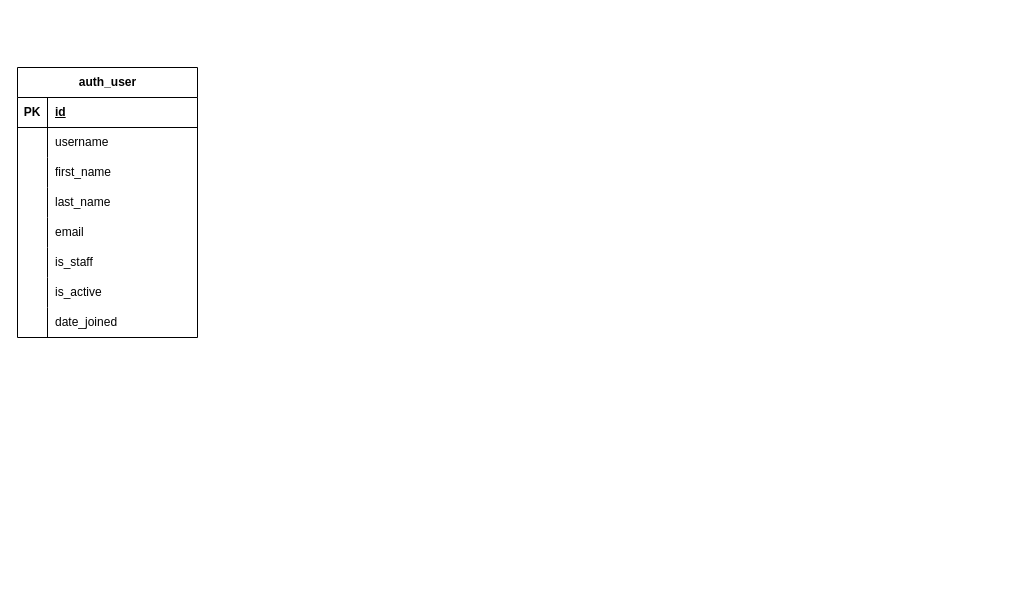
RHILIUS/drawio keeps this draw.io diagram as page "User" (2 of 2) of 2Gether.drawio. Above is the earlier version. Source tidied: cells renumbered, new cells numbered last; positions are measured from the earlier drawing's top-left corner, leaving out a move shared by most shapes. Both pictures are drawn from the tidied source at 100%, with x=0, y=0 at pixel (17, 67).
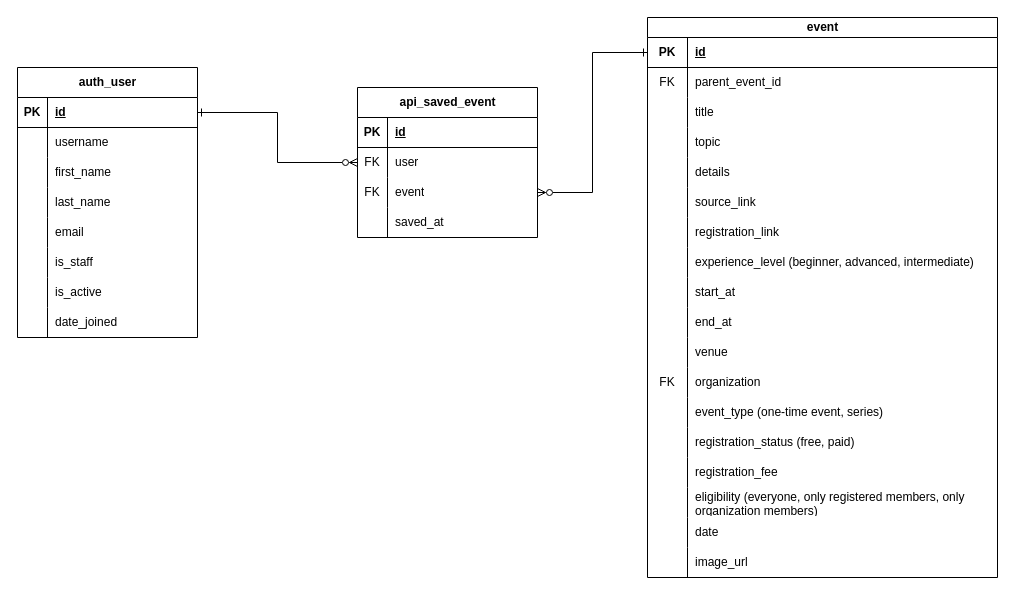
After the change.

Commit message:
Added api_saved_event and api_event

Unchanged cells that the change refers to:
```xml
<mxCell id="3" style="shape=tableRow;horizontal=0;startSize=0;swimlaneHead=0;swimlaneBody=0;fillColor=none;points=[[0,0.5],[1,0.5]];portConstraint=eastwest;top=0;left=0;right=0;bottom=1;" parent="2" vertex="1">
  <mxGeometry y="30" width="180" height="30" as="geometry" />
</mxCell>
```

Diff of the diagram source:
```diff
@@
+    <mxCell id="27" value="api_saved_event" style="shape=table;startSize=30;childLayout=tableLayout;rowLines=0;fontStyle=1;align=center;html=1;" parent="1" vertex="1">
+      <mxGeometry x="340" y="20" width="180" height="150" as="geometry" />
+    </mxCell>
+    <mxCell id="28" style="shape=tableRow;horizontal=0;startSize=0;swimlaneHead=0;swimlaneBody=0;fillColor=none;top=0;left=0;right=0;bottom=1;" parent="27" vertex="1">
+      <mxGeometry y="30" width="180" height="30" as="geometry" />
+    </mxCell>
+    <mxCell id="29" value="PK" style="shape=partialRectangle;fillColor=none;top=0;left=0;bottom=0;right=0;fontStyle=1;overflow=hidden;whiteSpace=wrap;html=1;" parent="28" vertex="1">
+      <mxGeometry width="30" height="30" as="geometry" />
+    </mxCell>
+    <mxCell id="30" value="id" style="shape=partialRectangle;fillColor=none;top=0;left=0;bottom=0;right=0;align=left;spacingLeft=6;fontStyle=5;overflow=hidden;whiteSpace=wrap;html=1;" parent="28" vertex="1">
+      <mxGeometry x="30" width="150" height="30" as="geometry" />
+    </mxCell>
+    <mxCell id="31" style="shape=tableRow;horizontal=0;startSize=0;swimlaneHead=0;swimlaneBody=0;fillColor=none;points=[[0,0.5],[1,0.5]];portConstraint=eastwest;top=0;left=0;right=0;bottom=0;" parent="27" vertex="1">
+      <mxGeometry y="60" width="180" height="30" as="geometry" />
+    </mxCell>
+    <mxCell id="32" value="FK" style="shape=partialRectangle;fillColor=none;top=0;left=0;bottom=0;right=0;overflow=hidden;whiteSpace=wrap;html=1;" parent="31" vertex="1">
+      <mxGeometry width="30" height="30" as="geometry" />
+    </mxCell>
+    <mxCell id="33" value="user" style="shape=partialRectangle;fillColor=none;top=0;left=0;bottom=0;right=0;align=left;spacingLeft=6;overflow=hidden;whiteSpace=wrap;html=1;" parent="31" vertex="1">
+      <mxGeometry x="30" width="150" height="30" as="geometry" />
+    </mxCell>
+    <mxCell id="34" style="shape=tableRow;horizontal=0;startSize=0;swimlaneHead=0;swimlaneBody=0;fillColor=none;points=[[0,0.5],[1,0.5]];portConstraint=eastwest;top=0;left=0;right=0;bottom=0;" parent="27" vertex="1">
+      <mxGeometry y="90" width="180" height="30" as="geometry" />
+    </mxCell>
+    <mxCell id="35" value="FK" style="shape=partialRectangle;fillColor=none;top=0;left=0;bottom=0;right=0;overflow=hidden;whiteSpace=wrap;html=1;" parent="34" vertex="1">
+      <mxGeometry width="30" height="30" as="geometry" />
+    </mxCell>
+    <mxCell id="36" value="event" style="shape=partialRectangle;fillColor=none;top=0;left=0;bottom=0;right=0;align=left;spacingLeft=6;overflow=hidden;whiteSpace=wrap;html=1;" parent="34" vertex="1">
+      <mxGeometry x="30" width="150" height="30" as="geometry" />
+    </mxCell>
+    <mxCell id="37" style="shape=tableRow;horizontal=0;startSize=0;swimlaneHead=0;swimlaneBody=0;fillColor=none;top=0;left=0;right=0;bottom=0;" parent="27" vertex="1">
+      <mxGeometry y="120" width="180" height="30" as="geometry" />
+    </mxCell>
+    <mxCell id="38" style="shape=partialRectangle;fillColor=none;top=0;left=0;bottom=0;right=0;overflow=hidden;whiteSpace=wrap;html=1;" parent="37" vertex="1">
+      <mxGeometry width="30" height="30" as="geometry" />
+    </mxCell>
+    <mxCell id="39" value="saved_at" style="shape=partialRectangle;fillColor=none;top=0;left=0;bottom=0;right=0;align=left;spacingLeft=6;overflow=hidden;whiteSpace=wrap;html=1;" parent="37" vertex="1">
+      <mxGeometry x="30" width="150" height="30" as="geometry" />
+    </mxCell>
+    <mxCell id="40" style="edgeStyle=orthogonalEdgeStyle;rounded=0;jettySize=auto;html=1;entryX=0;entryY=0.5;entryDx=0;entryDy=0;startArrow=ERone;startFill=0;endArrow=ERzeroToMany;endFill=0;" parent="1" edge="1" source="3" target="31">
+      <mxGeometry relative="1" as="geometry" />
+    </mxCell>
+    <mxCell id="41" value="event" style="shape=table;startSize=20;childLayout=tableLayout;rowLines=0;fontStyle=1;align=center;html=1;" parent="1" vertex="1">
+      <mxGeometry x="630" y="-50" width="350" height="560" as="geometry" />
+    </mxCell>
+    <mxCell id="42" style="shape=tableRow;horizontal=0;startSize=0;swimlaneHead=0;swimlaneBody=0;fillColor=none;points=[[0,0.5],[1,0.5]];portConstraint=eastwest;top=0;left=0;right=0;bottom=1;" parent="41" vertex="1">
+      <mxGeometry y="20" width="350" height="30" as="geometry" />
+    </mxCell>
+    <mxCell id="43" value="PK" style="shape=partialRectangle;fillColor=none;top=0;left=0;bottom=0;right=0;fontStyle=1;overflow=hidden;whiteSpace=wrap;html=1;" parent="42" vertex="1">
+      <mxGeometry width="40" height="30" as="geometry" />
+    </mxCell>
+    <mxCell id="44" value="id" style="shape=partialRectangle;fillColor=none;top=0;left=0;bottom=0;right=0;align=left;spacingLeft=6;fontStyle=5;overflow=hidden;whiteSpace=wrap;html=1;" parent="42" vertex="1">
+      <mxGeometry x="40" width="310" height="30" as="geometry" />
+    </mxCell>
+    <mxCell id="45" style="shape=tableRow;horizontal=0;startSize=0;swimlaneHead=0;swimlaneBody=0;fillColor=none;top=0;left=0;right=0;bottom=0;" parent="41" vertex="1">
+      <mxGeometry y="50" width="350" height="30" as="geometry" />
+    </mxCell>
+    <mxCell id="46" value="FK" style="shape=partialRectangle;fillColor=none;top=0;left=0;bottom=0;right=0;overflow=hidden;whiteSpace=wrap;html=1;" parent="45" vertex="1">
+      <mxGeometry width="40" height="30" as="geometry" />
+    </mxCell>
+    <mxCell id="47" value="parent_event_id" style="shape=partialRectangle;fillColor=none;top=0;left=0;bottom=0;right=0;align=left;spacingLeft=6;overflow=hidden;whiteSpace=wrap;html=1;" parent="45" vertex="1">
+      <mxGeometry x="40" width="310" height="30" as="geometry" />
+    </mxCell>
+    <mxCell id="48" style="shape=tableRow;horizontal=0;startSize=0;swimlaneHead=0;swimlaneBody=0;fillColor=none;top=0;left=0;right=0;bottom=0;" parent="41" vertex="1">
+      <mxGeometry y="80" width="350" height="30" as="geometry" />
+    </mxCell>
+    <mxCell id="49" style="shape=partialRectangle;fillColor=none;top=0;left=0;bottom=0;right=0;overflow=hidden;whiteSpace=wrap;html=1;" parent="48" vertex="1">
+      <mxGeometry width="40" height="30" as="geometry" />
+    </mxCell>
+    <mxCell id="50" value="title" style="shape=partialRectangle;fillColor=none;top=0;left=0;bottom=0;right=0;align=left;spacingLeft=6;overflow=hidden;whiteSpace=wrap;html=1;" parent="48" vertex="1">
+      <mxGeometry x="40" width="310" height="30" as="geometry" />
+    </mxCell>
+    <mxCell id="51" style="shape=tableRow;horizontal=0;startSize=0;swimlaneHead=0;swimlaneBody=0;fillColor=none;top=0;left=0;right=0;bottom=0;" parent="41" vertex="1">
+      <mxGeometry y="110" width="350" height="30" as="geometry" />
+    </mxCell>
+    <mxCell id="52" style="shape=partialRectangle;fillColor=none;top=0;left=0;bottom=0;right=0;overflow=hidden;whiteSpace=wrap;html=1;" parent="51" vertex="1">
+      <mxGeometry width="40" height="30" as="geometry" />
+    </mxCell>
+    <mxCell id="53" value="topic" style="shape=partialRectangle;fillColor=none;top=0;left=0;bottom=0;right=0;align=left;spacingLeft=6;overflow=hidden;whiteSpace=wrap;html=1;" parent="51" vertex="1">
+      <mxGeometry x="40" width="310" height="30" as="geometry" />
+    </mxCell>
+    <mxCell id="54" style="shape=tableRow;horizontal=0;startSize=0;swimlaneHead=0;swimlaneBody=0;fillColor=none;top=0;left=0;right=0;bottom=0;" parent="41" vertex="1">
+      <mxGeometry y="140" width="350" height="30" as="geometry" />
+    </mxCell>
+    <mxCell id="55" style="shape=partialRectangle;fillColor=none;top=0;left=0;bottom=0;right=0;overflow=hidden;whiteSpace=wrap;html=1;" parent="54" vertex="1">
+      <mxGeometry width="40" height="30" as="geometry" />
+    </mxCell>
+    <mxCell id="56" value="details" style="shape=partialRectangle;fillColor=none;top=0;left=0;bottom=0;right=0;align=left;spacingLeft=6;overflow=hidden;whiteSpace=wrap;html=1;" parent="54" vertex="1">
+      <mxGeometry x="40" width="310" height="30" as="geometry" />
+    </mxCell>
+    <mxCell id="57" style="shape=tableRow;horizontal=0;startSize=0;swimlaneHead=0;swimlaneBody=0;fillColor=none;top=0;left=0;right=0;bottom=0;" parent="41" vertex="1">
+      <mxGeometry y="170" width="350" height="30" as="geometry" />
+    </mxCell>
+    <mxCell id="58" style="shape=partialRectangle;fillColor=none;top=0;left=0;bottom=0;right=0;overflow=hidden;whiteSpace=wrap;html=1;" parent="57" vertex="1">
+      <mxGeometry width="40" height="30" as="geometry" />
+    </mxCell>
+    <mxCell id="59" value="source_link" style="shape=partialRectangle;fillColor=none;top=0;left=0;bottom=0;right=0;align=left;spacingLeft=6;overflow=hidden;whiteSpace=wrap;html=1;" parent="57" vertex="1">
+      <mxGeometry x="40" width="310" height="30" as="geometry" />
+    </mxCell>
+    <mxCell id="60" style="shape=tableRow;horizontal=0;startSize=0;swimlaneHead=0;swimlaneBody=0;fillColor=none;top=0;left=0;right=0;bottom=0;" parent="41" vertex="1">
+      <mxGeometry y="200" width="350" height="30" as="geometry" />
+    </mxCell>
+    <mxCell id="61" style="shape=partialRectangle;fillColor=none;top=0;left=0;bottom=0;right=0;overflow=hidden;whiteSpace=wrap;html=1;" parent="60" vertex="1">
+      <mxGeometry width="40" height="30" as="geometry" />
+    </mxCell>
+    <mxCell id="62" value="registration_link" style="shape=partialRectangle;fillColor=none;top=0;left=0;bottom=0;right=0;align=left;spacingLeft=6;overflow=hidden;whiteSpace=wrap;html=1;" parent="60" vertex="1">
+      <mxGeometry x="40" width="310" height="30" as="geometry" />
+    </mxCell>
+    <mxCell id="63" style="shape=tableRow;horizontal=0;startSize=0;swimlaneHead=0;swimlaneBody=0;fillColor=none;top=0;left=0;right=0;bottom=0;" parent="41" vertex="1">
+      <mxGeometry y="230" width="350" height="30" as="geometry" />
+    </mxCell>
+    <mxCell id="64" style="shape=partialRectangle;fillColor=none;top=0;left=0;bottom=0;right=0;overflow=hidden;whiteSpace=wrap;html=1;" parent="63" vertex="1">
+      <mxGeometry width="40" height="30" as="geometry" />
+    </mxCell>
+    <mxCell id="65" value="experience_level (beginner, advanced, intermediate)" style="shape=partialRectangle;fillColor=none;top=0;left=0;bottom=0;right=0;align=left;spacingLeft=6;overflow=hidden;whiteSpace=wrap;html=1;" parent="63" vertex="1">
+      <mxGeometry x="40" width="310" height="30" as="geometry" />
+    </mxCell>
+    <mxCell id="66" style="shape=tableRow;horizontal=0;startSize=0;swimlaneHead=0;swimlaneBody=0;fillColor=none;top=0;left=0;right=0;bottom=0;" parent="41" vertex="1">
+      <mxGeometry y="260" width="350" height="30" as="geometry" />
+    </mxCell>
+    <mxCell id="67" style="shape=partialRectangle;fillColor=none;top=0;left=0;bottom=0;right=0;overflow=hidden;whiteSpace=wrap;html=1;" parent="66" vertex="1">
+      <mxGeometry width="40" height="30" as="geometry" />
+    </mxCell>
+    <mxCell id="68" value="start_at" style="shape=partialRectangle;fillColor=none;top=0;left=0;bottom=0;right=0;align=left;spacingLeft=6;overflow=hidden;whiteSpace=wrap;html=1;" parent="66" vertex="1">
+      <mxGeometry x="40" width="310" height="30" as="geometry" />
+    </mxCell>
+    <mxCell id="69" style="shape=tableRow;horizontal=0;startSize=0;swimlaneHead=0;swimlaneBody=0;fillColor=none;top=0;left=0;right=0;bottom=0;" parent="41" vertex="1">
+      <mxGeometry y="290" width="350" height="30" as="geometry" />
+    </mxCell>
+    <mxCell id="70" style="shape=partialRectangle;fillColor=none;top=0;left=0;bottom=0;right=0;overflow=hidden;whiteSpace=wrap;html=1;" parent="69" vertex="1">
+      <mxGeometry width="40" height="30" as="geometry" />
+    </mxCell>
+    <mxCell id="71" value="end_at" style="shape=partialRectangle;fillColor=none;top=0;left=0;bottom=0;right=0;align=left;spacingLeft=6;overflow=hidden;whiteSpace=wrap;html=1;" parent="69" vertex="1">
+      <mxGeometry x="40" width="310" height="30" as="geometry" />
+    </mxCell>
+    <mxCell id="72" style="shape=tableRow;horizontal=0;startSize=0;swimlaneHead=0;swimlaneBody=0;fillColor=none;top=0;left=0;right=0;bottom=0;" parent="41" vertex="1">
+      <mxGeometry y="320" width="350" height="30" as="geometry" />
+    </mxCell>
+    <mxCell id="73" style="shape=partialRectangle;fillColor=none;top=0;left=0;bottom=0;right=0;overflow=hidden;whiteSpace=wrap;html=1;" parent="72" vertex="1">
+      <mxGeometry width="40" height="30" as="geometry" />
+    </mxCell>
+    <mxCell id="74" value="venue" style="shape=partialRectangle;fillColor=none;top=0;left=0;bottom=0;right=0;align=left;spacingLeft=6;overflow=hidden;whiteSpace=wrap;html=1;" parent="72" vertex="1">
+      <mxGeometry x="40" width="310" height="30" as="geometry" />
+    </mxCell>
+    <mxCell id="75" style="shape=tableRow;horizontal=0;startSize=0;swimlaneHead=0;swimlaneBody=0;fillColor=none;top=0;left=0;right=0;bottom=0;" parent="41" vertex="1">
+      <mxGeometry y="350" width="350" height="30" as="geometry" />
+    </mxCell>
+    <mxCell id="76" value="FK" style="shape=partialRectangle;fillColor=none;top=0;left=0;bottom=0;right=0;overflow=hidden;whiteSpace=wrap;html=1;" parent="75" vertex="1">
+      <mxGeometry width="40" height="30" as="geometry" />
+    </mxCell>
+    <mxCell id="77" value="organization" style="shape=partialRectangle;fillColor=none;top=0;left=0;bottom=0;right=0;align=left;spacingLeft=6;overflow=hidden;whiteSpace=wrap;html=1;" parent="75" vertex="1">
+      <mxGeometry x="40" width="310" height="30" as="geometry" />
+    </mxCell>
+    <mxCell id="78" style="shape=tableRow;horizontal=0;startSize=0;swimlaneHead=0;swimlaneBody=0;fillColor=none;top=0;left=0;right=0;bottom=0;" parent="41" vertex="1">
+      <mxGeometry y="380" width="350" height="30" as="geometry" />
+    </mxCell>
+    <mxCell id="79" style="shape=partialRectangle;fillColor=none;top=0;left=0;bottom=0;right=0;overflow=hidden;whiteSpace=wrap;html=1;" parent="78" vertex="1">
+      <mxGeometry width="40" height="30" as="geometry" />
+    </mxCell>
+    <mxCell id="80" value="event_type (one-time event, series)" style="shape=partialRectangle;fillColor=none;top=0;left=0;bottom=0;right=0;align=left;spacingLeft=6;overflow=hidden;whiteSpace=wrap;html=1;" parent="78" vertex="1">
+      <mxGeometry x="40" width="310" height="30" as="geometry" />
+    </mxCell>
+    <mxCell id="81" style="shape=tableRow;horizontal=0;startSize=0;swimlaneHead=0;swimlaneBody=0;fillColor=none;top=0;left=0;right=0;bottom=0;" parent="41" vertex="1">
+      <mxGeometry y="410" width="350" height="30" as="geometry" />
+    </mxCell>
+    <mxCell id="82" style="shape=partialRectangle;fillColor=none;top=0;left=0;bottom=0;right=0;overflow=hidden;whiteSpace=wrap;html=1;" parent="81" vertex="1">
+      <mxGeometry width="40" height="30" as="geometry" />
+    </mxCell>
+    <mxCell id="83" value="registration_status (free, paid)" style="shape=partialRectangle;fillColor=none;top=0;left=0;bottom=0;right=0;align=left;spacingLeft=6;overflow=hidden;whiteSpace=wrap;html=1;" parent="81" vertex="1">
+      <mxGeometry x="40" width="310" height="30" as="geometry" />
+    </mxCell>
+    <mxCell id="84" style="shape=tableRow;horizontal=0;startSize=0;swimlaneHead=0;swimlaneBody=0;fillColor=none;top=0;left=0;right=0;bottom=0;" parent="41" vertex="1">
+      <mxGeometry y="440" width="350" height="30" as="geometry" />
+    </mxCell>
+    <mxCell id="85" style="shape=partialRectangle;fillColor=none;top=0;left=0;bottom=0;right=0;overflow=hidden;whiteSpace=wrap;html=1;" parent="84" vertex="1">
+      <mxGeometry width="40" height="30" as="geometry" />
+    </mxCell>
+    <mxCell id="86" value="registration_fee" style="shape=partialRectangle;fillColor=none;top=0;left=0;bottom=0;right=0;align=left;spacingLeft=6;overflow=hidden;whiteSpace=wrap;html=1;" parent="84" vertex="1">
+      <mxGeometry x="40" width="310" height="30" as="geometry" />
+    </mxCell>
+    <mxCell id="87" style="shape=tableRow;horizontal=0;startSize=0;swimlaneHead=0;swimlaneBody=0;fillColor=none;top=0;left=0;right=0;bottom=0;" parent="41" vertex="1">
+      <mxGeometry y="470" width="350" height="30" as="geometry" />
+    </mxCell>
+    <mxCell id="88" style="shape=partialRectangle;fillColor=none;top=0;left=0;bottom=0;right=0;overflow=hidden;whiteSpace=wrap;html=1;" parent="87" vertex="1">
+      <mxGeometry width="40" height="30" as="geometry" />
+    </mxCell>
+    <mxCell id="89" value="eligibility (everyone, only registered members, only organization members)" style="shape=partialRectangle;fillColor=none;top=0;left=0;bottom=0;right=0;align=left;spacingLeft=6;overflow=hidden;whiteSpace=wrap;html=1;" parent="87" vertex="1">
+      <mxGeometry x="40" width="310" height="30" as="geometry" />
+    </mxCell>
+    <mxCell id="90" style="shape=tableRow;horizontal=0;startSize=0;swimlaneHead=0;swimlaneBody=0;fillColor=none;top=0;left=0;right=0;bottom=0;" parent="41" vertex="1">
+      <mxGeometry y="500" width="350" height="30" as="geometry" />
+    </mxCell>
+    <mxCell id="91" style="shape=partialRectangle;fillColor=none;top=0;left=0;bottom=0;right=0;overflow=hidden;whiteSpace=wrap;html=1;" parent="90" vertex="1">
+      <mxGeometry width="40" height="30" as="geometry" />
+    </mxCell>
+    <mxCell id="92" value="date" style="shape=partialRectangle;fillColor=none;top=0;left=0;bottom=0;right=0;align=left;spacingLeft=6;overflow=hidden;whiteSpace=wrap;html=1;" parent="90" vertex="1">
+      <mxGeometry x="40" width="310" height="30" as="geometry" />
+    </mxCell>
+    <mxCell id="93" style="shape=tableRow;horizontal=0;startSize=0;swimlaneHead=0;swimlaneBody=0;fillColor=none;top=0;left=0;right=0;bottom=0;" parent="41" vertex="1">
+      <mxGeometry y="530" width="350" height="30" as="geometry" />
+    </mxCell>
+    <mxCell id="94" style="shape=partialRectangle;fillColor=none;top=0;left=0;bottom=0;right=0;overflow=hidden;whiteSpace=wrap;html=1;" parent="93" vertex="1">
+      <mxGeometry width="40" height="30" as="geometry" />
+    </mxCell>
+    <mxCell id="95" value="image_url" style="shape=partialRectangle;fillColor=none;top=0;left=0;bottom=0;right=0;align=left;spacingLeft=6;overflow=hidden;whiteSpace=wrap;html=1;" parent="93" vertex="1">
+      <mxGeometry x="40" width="310" height="30" as="geometry" />
+    </mxCell>
+    <mxCell id="96" style="edgeStyle=orthogonalEdgeStyle;rounded=0;jettySize=auto;html=1;entryX=1;entryY=0.5;entryDx=0;entryDy=0;endArrow=ERzeroToMany;endFill=0;startArrow=ERone;startFill=0;" parent="1" edge="1" source="42" target="34">
+      <mxGeometry relative="1" as="geometry" />
+    </mxCell>
```
